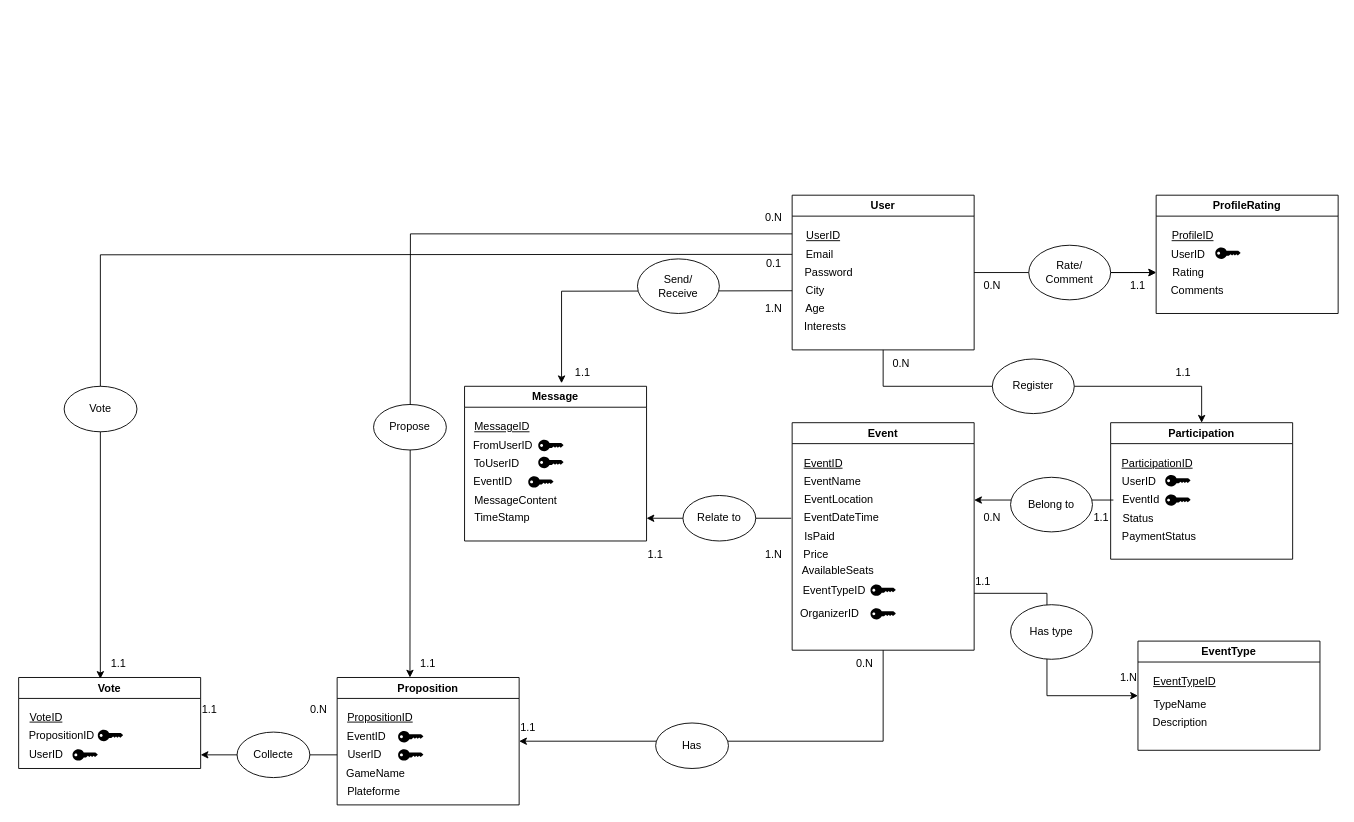
FAITH-ORAN/berrichi-chaudhary keeps this draw.io diagram as party.drawio. Above is the earlier version. Source tidied: cells renumbered, new cells numbered last; positions are measured from the earlier drawing's top-left corner, leaving out a move shared by most shapes. Both pictures are drawn from the tidied source at 91%, with x=0, y=0 at pixel (15, 195).
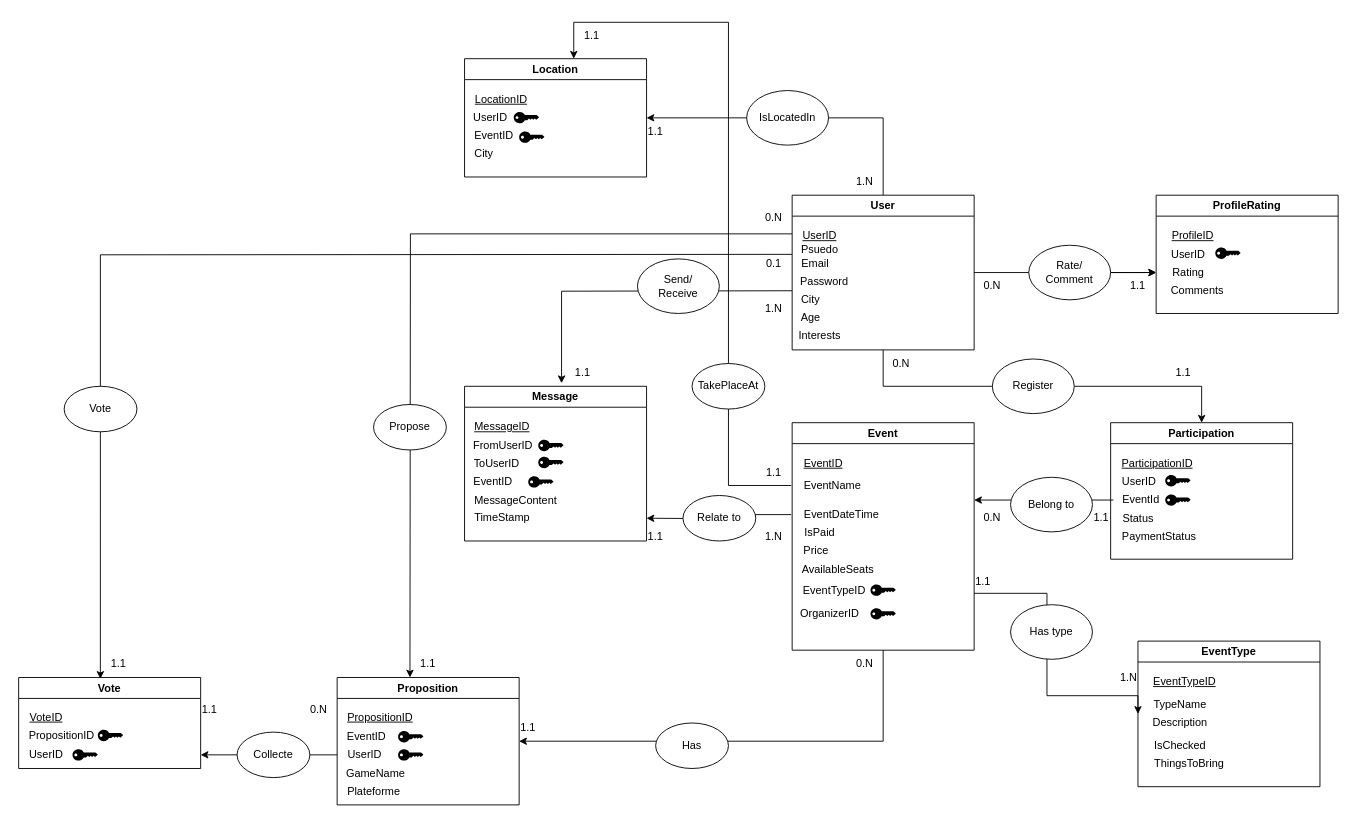
The same page after the edit.

Commit message (it also covers changes not shown here):
Add location for user, put and get city by user+ optimisation of bdd

Unchanged cells that the change refers to:
```xml
<mxCell id="5" value="User" style="swimlane;whiteSpace=wrap;html=1;" parent="1" vertex="1">
  <mxGeometry x="853" width="200" height="170" as="geometry" />
</mxCell>
<mxCell id="24" value="Event" style="swimlane;whiteSpace=wrap;html=1;" parent="1" vertex="1">
  <mxGeometry x="853" y="250" width="200" height="250" as="geometry" />
</mxCell>
```

Diff of the diagram source:
```diff
@@
+    <mxCell id="104" style="edgeStyle=orthogonalEdgeStyle;rounded=0;jettySize=auto;html=1;exitX=0.5;exitY=0;exitDx=0;exitDy=0;entryX=1;entryY=0.5;entryDx=0;entryDy=0;" parent="1" edge="1" source="5" target="108">
+      <mxGeometry relative="1" as="geometry" />
+    </mxCell>
@@
     <mxCell id="6" value="UserID" style="text;html=1;align=center;verticalAlign=middle;strokeColor=none;fillColor=none;fontStyle=4;" parent="5" vertex="1">
-      <mxGeometry x="4" y="30" width="60" height="30" as="geometry" />
+      <mxGeometry y="30" width="60" height="30" as="geometry" />
     </mxCell>
@@
     <mxCell id="8" value="Email" style="text;html=1;align=center;verticalAlign=middle;strokeColor=none;fillColor=none;" parent="5" vertex="1">
-      <mxGeometry x="5" y="50" width="50" height="30" as="geometry" />
+      <mxGeometry y="60" width="50" height="30" as="geometry" />
     </mxCell>
     <mxCell id="9" value="Password" style="text;html=1;align=center;verticalAlign=middle;strokeColor=none;fillColor=none;" parent="5" vertex="1">
-      <mxGeometry y="70" width="80" height="30" as="geometry" />
+      <mxGeometry x="-5" y="80" width="80" height="30" as="geometry" />
     </mxCell>
     <mxCell id="10" value="City" style="text;html=1;align=center;verticalAlign=middle;strokeColor=none;fillColor=none;" parent="5" vertex="1">
-      <mxGeometry x="5" y="90" width="40" height="30" as="geometry" />
+      <mxGeometry y="100" width="40" height="30" as="geometry" />
     </mxCell>
     <mxCell id="11" value="Age" style="text;html=1;align=center;verticalAlign=middle;strokeColor=none;fillColor=none;" parent="5" vertex="1">
-      <mxGeometry x="5" y="110" width="40" height="30" as="geometry" />
+      <mxGeometry y="120" width="40" height="30" as="geometry" />
     </mxCell>
     <mxCell id="12" value="Interests" style="text;html=1;align=center;verticalAlign=middle;strokeColor=none;fillColor=none;" parent="5" vertex="1">
-      <mxGeometry x="1" y="130" width="70" height="30" as="geometry" />
+      <mxGeometry x="-5" y="140" width="70" height="30" as="geometry" />
     </mxCell>
+    <mxCell id="105" value="Psuedo" style="text;html=1;align=center;verticalAlign=middle;strokeColor=none;fillColor=none;" parent="5" vertex="1">
+      <mxGeometry y="45" width="60" height="30" as="geometry" />
+    </mxCell>
@@
     <mxCell id="26" value="EventName" style="text;html=1;align=center;verticalAlign=middle;points=[];strokeColor=none;fillColor=none;" parent="24" vertex="1">
-      <mxGeometry x="-1" y="50" width="90" height="30" as="geometry" />
+      <mxGeometry x="-1" y="54" width="90" height="30" as="geometry" />
     </mxCell>
-    <mxCell id="27" value="EventLocation" style="text;html=1;align=center;verticalAlign=middle;strokeColor=none;fillColor=none;" parent="24" vertex="1">
-      <mxGeometry x="1" y="70" width="100" height="30" as="geometry" />
-    </mxCell>
@@
     <mxCell id="29" value="EventDateTime" style="text;html=1;align=center;verticalAlign=middle;points=[];strokeColor=none;fillColor=none;" parent="24" vertex="1">
-      <mxGeometry x="-1" y="90" width="110" height="30" as="geometry" />
+      <mxGeometry x="-1" y="86" width="110" height="30" as="geometry" />
     </mxCell>
     <mxCell id="30" value="IsPaid" style="text;html=1;align=center;verticalAlign=middle;strokeColor=none;fillColor=none;" parent="24" vertex="1">
-      <mxGeometry y="110" width="60" height="30" as="geometry" />
+      <mxGeometry y="106" width="60" height="30" as="geometry" />
     </mxCell>
     <mxCell id="31" value="Price" style="text;html=1;align=center;verticalAlign=middle;strokeColor=none;fillColor=none;" parent="24" vertex="1">
-      <mxGeometry x="1" y="130" width="50" height="30" as="geometry" />
+      <mxGeometry x="1" y="126" width="50" height="30" as="geometry" />
     </mxCell>
     <mxCell id="32" value="AvailableSeats" style="text;html=1;align=center;verticalAlign=middle;strokeColor=none;fillColor=none;" parent="24" vertex="1">
-      <mxGeometry y="147.8" width="100" height="30" as="geometry" />
+      <mxGeometry y="146.8" width="100" height="30" as="geometry" />
     </mxCell>
@@
     <mxCell id="52" value="EventType" style="swimlane;whiteSpace=wrap;html=1;" parent="1" vertex="1">
-      <mxGeometry x="1233" y="490" width="200" height="120" as="geometry" />
+      <mxGeometry x="1233" y="490" width="200" height="160" as="geometry" />
     </mxCell>
@@
+    <mxCell id="106" value="IsChecked" style="text;html=1;align=center;verticalAlign=middle;strokeColor=none;fillColor=none;" parent="52" vertex="1">
+      <mxGeometry x="6" y="100" width="80" height="30" as="geometry" />
+    </mxCell>
+    <mxCell id="107" value="ThingsToBring" style="text;html=1;align=center;verticalAlign=middle;strokeColor=none;fillColor=none;" parent="52" vertex="1">
+      <mxGeometry x="6" y="120" width="100" height="30" as="geometry" />
+    </mxCell>
@@
     <mxCell id="74" value="1.N" style="text;html=1;strokeColor=none;fillColor=none;align=center;verticalAlign=middle;whiteSpace=wrap;rounded=0;" parent="1" vertex="1">
-      <mxGeometry x="803" y="380" width="60" height="30" as="geometry" />
+      <mxGeometry x="803" y="360" width="60" height="30" as="geometry" />
     </mxCell>
     <mxCell id="75" value="1.1" style="text;html=1;strokeColor=none;fillColor=none;align=center;verticalAlign=middle;whiteSpace=wrap;rounded=0;" parent="1" vertex="1">
-      <mxGeometry x="673" y="380" width="60" height="30" as="geometry" />
+      <mxGeometry x="673" y="360" width="60" height="30" as="geometry" />
     </mxCell>
@@
+    <mxCell id="108" value="Location" style="swimlane;whiteSpace=wrap;html=1;" parent="1" vertex="1">
+      <mxGeometry x="493" y="-150" width="200" height="130" as="geometry" />
+    </mxCell>
+    <mxCell id="109" value="LocationID" style="text;html=1;align=center;verticalAlign=middle;strokeColor=none;fillColor=none;fontStyle=4;" parent="108" vertex="1">
+      <mxGeometry y="30" width="80" height="30" as="geometry" />
+    </mxCell>
+    <mxCell id="110" value="UserID" style="text;html=1;align=center;verticalAlign=middle;strokeColor=none;fillColor=none;" parent="108" vertex="1">
+      <mxGeometry x="-2" y="50" width="60" height="30" as="geometry" />
+    </mxCell>
+    <mxCell id="111" value="EventID" style="text;html=1;align=center;verticalAlign=middle;strokeColor=none;fillColor=none;" parent="108" vertex="1">
+      <mxGeometry x="-3" y="70" width="70" height="30" as="geometry" />
+    </mxCell>
+    <mxCell id="112" value="City" style="text;html=1;align=center;verticalAlign=middle;strokeColor=none;fillColor=none;" parent="108" vertex="1">
+      <mxGeometry x="1" y="88.5" width="40" height="30" as="geometry" />
+    </mxCell>
+    <mxCell id="113" style="verticalLabelPosition=bottom;sketch=0;html=1;verticalAlign=top;align=center;shape=mxgraph.cisco19.key;fillColor=#000000;strokeColor=none;" parent="108" vertex="1">
+      <mxGeometry x="54" y="58.5" width="27.8" height="12.5" as="geometry" />
+    </mxCell>
+    <mxCell id="114" style="verticalLabelPosition=bottom;sketch=0;html=1;verticalAlign=top;align=center;shape=mxgraph.cisco19.key;fillColor=#000000;strokeColor=none;" parent="108" vertex="1">
+      <mxGeometry x="60" y="80" width="27.8" height="12.5" as="geometry" />
+    </mxCell>
+    <mxCell id="115" value="IsLocatedIn" style="ellipse;whiteSpace=wrap;html=1;" parent="1" vertex="1">
+      <mxGeometry x="803" y="-115" width="90" height="60" as="geometry" />
+    </mxCell>
+    <mxCell id="116" value="1.N" style="text;html=1;strokeColor=none;fillColor=none;align=center;verticalAlign=middle;whiteSpace=wrap;rounded=0;" parent="1" vertex="1">
+      <mxGeometry x="903" y="-30" width="60" height="30" as="geometry" />
+    </mxCell>
+    <mxCell id="117" value="1.1" style="text;html=1;strokeColor=none;fillColor=none;align=center;verticalAlign=middle;whiteSpace=wrap;rounded=0;" parent="1" vertex="1">
+      <mxGeometry x="673" y="-85" width="60" height="30" as="geometry" />
+    </mxCell>
+    <mxCell id="118" style="edgeStyle=orthogonalEdgeStyle;rounded=0;jettySize=auto;html=1;" parent="1" edge="1" source="26">
+      <mxGeometry relative="1" as="geometry">
+        <mxPoint x="613" y="-150" as="targetPoint" />
+        <Array as="points">
+          <mxPoint x="783" y="319" />
+          <mxPoint x="783" y="-190" />
+          <mxPoint x="613" y="-190" />
+          <mxPoint x="613" y="-150" />
+        </Array>
+      </mxGeometry>
+    </mxCell>
+    <mxCell id="119" value="1.1" style="text;html=1;strokeColor=none;fillColor=none;align=center;verticalAlign=middle;whiteSpace=wrap;rounded=0;" parent="1" vertex="1">
+      <mxGeometry x="803" y="290" width="60" height="30" as="geometry" />
+    </mxCell>
+    <mxCell id="120" value="1.1" style="text;html=1;strokeColor=none;fillColor=none;align=center;verticalAlign=middle;whiteSpace=wrap;rounded=0;" parent="1" vertex="1">
+      <mxGeometry x="603" y="-190" width="60" height="30" as="geometry" />
+    </mxCell>
+    <mxCell id="121" value="TakePlaceAt" style="ellipse;whiteSpace=wrap;html=1;" parent="1" vertex="1">
+      <mxGeometry x="743" y="185" width="80" height="50" as="geometry" />
+    </mxCell>
```
